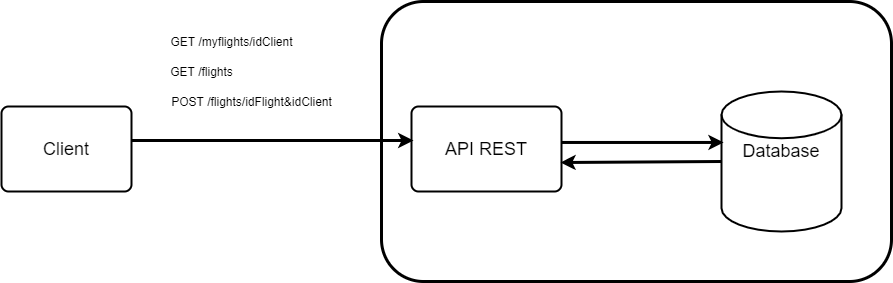
Earlier version of the draw.io export si3-DDistrib/projet/assets/schema_architecture.png (dezoxyr/tp-architecture). Source tidied: cells renumbered, new cells last; positions are measured from the earlier drawing's top-left corner, leaving out a move shared by most shapes.
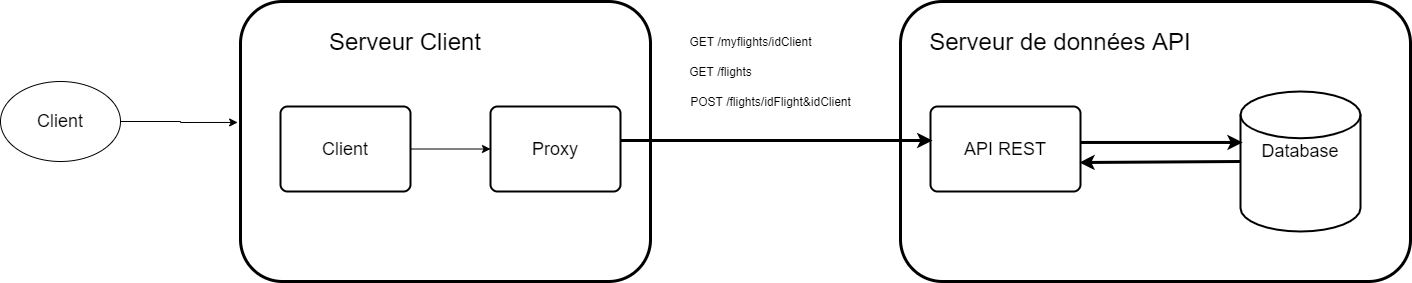
After the commit.

Diff of the diagram source:
```diff
@@ -2,6 +2,9 @@
   <root>
     <mxCell id="0" />
     <mxCell id="1" parent="0" />
+    <mxCell id="12" style="rounded=1;whiteSpace=wrap;html=1;fillColor=none;strokeWidth=3;" parent="1" vertex="1">
+      <mxGeometry x="-280" width="410" height="280" as="geometry" />
+    </mxCell>
     <mxCell id="2" style="rounded=1;whiteSpace=wrap;html=1;fillColor=none;strokeWidth=3;" parent="1" vertex="1">
       <mxGeometry x="380" width="510" height="280" as="geometry" />
     </mxCell>
@@ -11,8 +14,8 @@
     <mxCell id="4" value="&lt;font style=&quot;font-size: 18px&quot;&gt;API REST&lt;/font&gt;" style="rounded=1;whiteSpace=wrap;html=1;absoluteArcSize=1;arcSize=14;strokeWidth=2;" parent="1" vertex="1">
       <mxGeometry x="410" y="105" width="150" height="85" as="geometry" />
     </mxCell>
-    <mxCell id="5" value="&lt;font style=&quot;font-size: 18px&quot;&gt;Client&lt;/font&gt;" style="rounded=1;whiteSpace=wrap;html=1;absoluteArcSize=1;arcSize=14;strokeWidth=2;" parent="1" vertex="1">
-      <mxGeometry y="105" width="130" height="85" as="geometry" />
+    <mxCell id="5" value="&lt;font style=&quot;font-size: 18px&quot;&gt;Proxy&lt;/font&gt;" style="rounded=1;whiteSpace=wrap;html=1;absoluteArcSize=1;arcSize=14;strokeWidth=2;" parent="1" vertex="1">
+      <mxGeometry x="-30" y="105" width="130" height="85" as="geometry" />
     </mxCell>
     <mxCell id="6" style="endArrow=classic;html=1;exitX=1;exitY=0.4;exitDx=0;exitDy=0;exitPerimeter=0;entryX=0.013;entryY=0.4;entryDx=0;entryDy=0;entryPerimeter=0;strokeWidth=3;" parent="1" edge="1" source="5" target="4">
       <mxGeometry relative="1" as="geometry" />
@@ -32,5 +35,23 @@
     <mxCell id="11" value="POST /flights/idFlight&amp;amp;idClient" style="text;html=1;align=center;verticalAlign=middle;" parent="1" vertex="1">
       <mxGeometry x="160" y="90" width="180" height="20" as="geometry" />
     </mxCell>
+    <mxCell id="13" style="edgeStyle=orthogonalEdgeStyle;rounded=0;jettySize=auto;html=1;exitX=1;exitY=0.5;exitDx=0;exitDy=0;" parent="1" edge="1" source="14" target="5">
+      <mxGeometry relative="1" as="geometry" />
+    </mxCell>
+    <mxCell id="14" value="&lt;font style=&quot;font-size: 18px&quot;&gt;Client&lt;/font&gt;" style="rounded=1;whiteSpace=wrap;html=1;absoluteArcSize=1;arcSize=14;strokeWidth=2;" parent="1" vertex="1">
+      <mxGeometry x="-240" y="105" width="130" height="85" as="geometry" />
+    </mxCell>
+    <mxCell id="15" value="&lt;font style=&quot;font-size: 24px&quot;&gt;Serveur Client&lt;/font&gt;" style="text;html=1;strokeColor=none;fillColor=none;align=center;verticalAlign=middle;whiteSpace=wrap;rounded=0;" parent="1" vertex="1">
+      <mxGeometry x="-230" y="30" width="230" height="20" as="geometry" />
+    </mxCell>
+    <mxCell id="16" value="&lt;font style=&quot;font-size: 24px&quot;&gt;Serveur de données API&lt;/font&gt;" style="text;html=1;strokeColor=none;fillColor=none;align=center;verticalAlign=middle;whiteSpace=wrap;rounded=0;" parent="1" vertex="1">
+      <mxGeometry x="370" y="30" width="340" height="20" as="geometry" />
+    </mxCell>
+    <mxCell id="17" style="edgeStyle=orthogonalEdgeStyle;rounded=0;jettySize=auto;html=1;exitX=1;exitY=0.5;exitDx=0;exitDy=0;entryX=-0.007;entryY=0.432;entryDx=0;entryDy=0;entryPerimeter=0;" parent="1" edge="1" source="18" target="12">
+      <mxGeometry relative="1" as="geometry" />
+    </mxCell>
+    <mxCell id="18" value="&lt;font style=&quot;font-size: 18px&quot;&gt;Client&lt;/font&gt;" style="ellipse;whiteSpace=wrap;html=1;" parent="1" vertex="1">
+      <mxGeometry x="-520" y="80" width="120" height="80" as="geometry" />
+    </mxCell>
   </root>
 </mxGraphModel>
```
